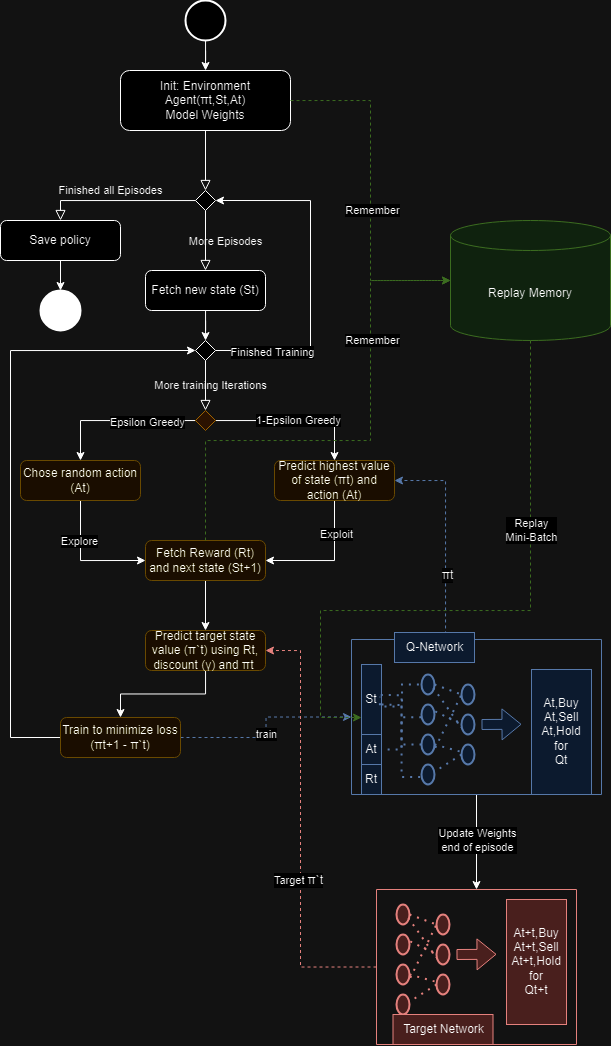
Above: images/Q-net.png in adamd1985/Deep-Q-Learning-Applied-to-Algorithmic-Trading (draw.io), before the change. Source tidied: cells renumbered, new cells last; positions are measured from the earlier drawing's top-left corner, leaving out a move shared by most shapes.
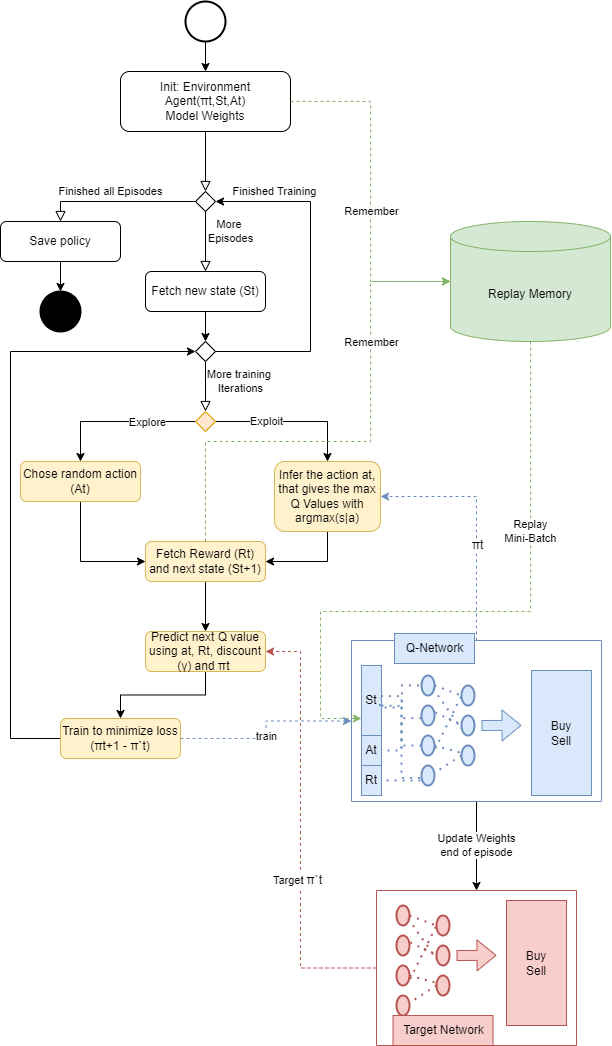
After the commit.

What changed in the source:
```diff
@@ -8,8 +8,8 @@
     <mxCell id="3" value="&lt;span style=&quot;background-color: initial;&quot;&gt;Init: Environment&lt;/span&gt;&lt;br&gt;&lt;span style=&quot;background-color: initial;&quot;&gt;Agent(πt,St,At)&lt;/span&gt;&lt;br&gt;&lt;span style=&quot;background-color: initial;&quot;&gt;Model Weights&lt;/span&gt;" style="rounded=1;whiteSpace=wrap;html=1;fontSize=12;glass=0;strokeWidth=1;shadow=0;" parent="1" vertex="1">
       <mxGeometry x="120" y="70" width="170" height="60" as="geometry" />
     </mxCell>
-    <mxCell id="4" value="More Episodes" style="rounded=0;html=1;jettySize=auto;fontSize=11;endArrow=block;endFill=0;endSize=8;strokeWidth=1;shadow=0;labelBackgroundColor=none;edgeStyle=orthogonalEdgeStyle;entryX=0.5;entryY=0;entryDx=0;entryDy=0;" parent="1" edge="1" source="6" target="11">
-      <mxGeometry y="20" relative="1" as="geometry" />
+    <mxCell id="4" value="More&amp;nbsp;&lt;div&gt;Episodes&lt;/div&gt;" style="rounded=0;html=1;jettySize=auto;fontSize=11;endArrow=block;endFill=0;endSize=8;strokeWidth=1;shadow=0;labelBackgroundColor=none;edgeStyle=orthogonalEdgeStyle;entryX=0.5;entryY=0;entryDx=0;entryDy=0;" parent="1" edge="1" source="6" target="11">
+      <mxGeometry x="-0.33" y="25" relative="1" as="geometry" />
     </mxCell>
     <mxCell id="5" value="Finished all Episodes" style="edgeStyle=orthogonalEdgeStyle;rounded=0;html=1;jettySize=auto;fontSize=11;endArrow=block;endFill=0;endSize=8;strokeWidth=1;shadow=0;labelBackgroundColor=none;entryX=0.5;entryY=0;entryDx=0;entryDy=0;" parent="1" edge="1" source="6" target="8">
       <mxGeometry x="0.1" y="-10" relative="1" as="geometry">
@@ -27,8 +27,8 @@
     <mxCell id="8" value="Save policy" style="rounded=1;whiteSpace=wrap;html=1;fontSize=12;glass=0;strokeWidth=1;shadow=0;" parent="1" vertex="1">
       <mxGeometry y="220" width="120" height="40" as="geometry" />
     </mxCell>
-    <mxCell id="9" value="More training Iterations" style="rounded=0;html=1;jettySize=auto;fontSize=11;endArrow=block;endFill=0;endSize=8;strokeWidth=1;shadow=0;labelBackgroundColor=none;edgeStyle=orthogonalEdgeStyle;exitX=0.5;exitY=1;exitDx=0;exitDy=0;entryX=0.5;entryY=0;entryDx=0;entryDy=0;" parent="1" edge="1" source="16" target="21">
-      <mxGeometry y="5" relative="1" as="geometry" />
+    <mxCell id="9" value="More training&amp;nbsp;&lt;div&gt;Iterations&lt;/div&gt;" style="rounded=0;html=1;jettySize=auto;fontSize=11;endArrow=block;endFill=0;endSize=8;strokeWidth=1;shadow=0;labelBackgroundColor=none;edgeStyle=orthogonalEdgeStyle;exitX=0.5;exitY=1;exitDx=0;exitDy=0;entryX=0.5;entryY=0;entryDx=0;entryDy=0;" parent="1" edge="1" source="16" target="21">
+      <mxGeometry x="-0.2" y="35" relative="1" as="geometry" />
     </mxCell>
     <mxCell id="10" style="edgeStyle=orthogonalEdgeStyle;rounded=0;jettySize=auto;html=1;" parent="1" edge="1" source="11" target="16">
       <mxGeometry relative="1" as="geometry" />
@@ -51,7 +51,9 @@
       </mxGeometry>
     </mxCell>
     <mxCell id="15" value="Finished Training" style="edgeLabel;html=1;align=center;verticalAlign=middle;" parent="14" vertex="1">
-      <mxGeometry x="-0.67" y="-1" relative="1" as="geometry" />
+      <mxGeometry x="-0.67" y="-1" relative="1" as="geometry">
+        <mxPoint x="2" y="-161" as="offset" />
+      </mxGeometry>
     </mxCell>
     <mxCell id="16" style="rhombus;whiteSpace=wrap;html=1;shadow=0;fontFamily=Helvetica;fontSize=12;align=center;strokeWidth=1;spacing=6;spacingTop=-4;" parent="1" vertex="1">
       <mxGeometry x="195" y="340" width="20" height="20" as="geometry" />
@@ -59,33 +61,29 @@
     <mxCell id="17" style="edgeStyle=orthogonalEdgeStyle;rounded=0;jettySize=auto;html=1;" parent="1" edge="1" source="21" target="27">
       <mxGeometry relative="1" as="geometry" />
     </mxCell>
-    <mxCell id="18" value="Epsilon Greedy" style="edgeLabel;html=1;align=center;verticalAlign=middle;" parent="17" vertex="1">
+    <mxCell id="18" value="Explore" style="edgeLabel;html=1;align=center;verticalAlign=middle;" parent="17" vertex="1">
       <mxGeometry x="-0.38" y="1" relative="1" as="geometry" />
     </mxCell>
     <mxCell id="19" style="edgeStyle=orthogonalEdgeStyle;rounded=0;jettySize=auto;html=1;" parent="1" edge="1" source="21" target="24">
       <mxGeometry relative="1" as="geometry" />
     </mxCell>
-    <mxCell id="20" value="1-Epsilon Greedy" style="edgeLabel;html=1;align=center;verticalAlign=middle;" parent="19" vertex="1">
-      <mxGeometry x="0.03" y="1" relative="1" as="geometry" />
-    </mxCell>
+    <mxCell id="23" value="Exploit" style="edgeLabel;html=1;align=center;verticalAlign=middle;" parent="19" vertex="1">
+      <mxGeometry x="-0.29" y="1" relative="1" as="geometry">
+        <mxPoint x="-4" y="1" as="offset" />
+      </mxGeometry>
+    </mxCell>
     <mxCell id="21" style="rhombus;whiteSpace=wrap;html=1;shadow=0;fontFamily=Helvetica;fontSize=12;align=center;strokeWidth=1;spacing=6;spacingTop=-4;fillColor=#ffe6cc;strokeColor=#d79b00;" parent="1" vertex="1">
       <mxGeometry x="195" y="410" width="20" height="20" as="geometry" />
     </mxCell>
     <mxCell id="22" style="edgeStyle=orthogonalEdgeStyle;rounded=0;jettySize=auto;html=1;entryX=1;entryY=0.5;entryDx=0;entryDy=0;exitX=0.5;exitY=1;exitDx=0;exitDy=0;" parent="1" edge="1" source="24" target="29">
       <mxGeometry relative="1" as="geometry" />
     </mxCell>
-    <mxCell id="23" value="Exploit" style="edgeLabel;html=1;align=center;verticalAlign=middle;" parent="22" vertex="1">
-      <mxGeometry x="-0.49" y="1" relative="1" as="geometry" />
-    </mxCell>
-    <mxCell id="24" value="Predict highest value of state (πt) and action (At)" style="rounded=1;whiteSpace=wrap;html=1;fontSize=12;glass=0;strokeWidth=1;shadow=0;fillColor=#fff2cc;strokeColor=#d6b656;" parent="1" vertex="1">
-      <mxGeometry x="274" y="460" width="120" height="40" as="geometry" />
+    <mxCell id="24" value="Infer the action at, that gives the max Q Values with argmax(s|a)" style="rounded=1;whiteSpace=wrap;html=1;fontSize=12;glass=0;strokeWidth=1;shadow=0;fillColor=#fff2cc;strokeColor=#d6b656;" parent="1" vertex="1">
+      <mxGeometry x="274" y="460" width="106" height="70" as="geometry" />
     </mxCell>
     <mxCell id="25" style="edgeStyle=orthogonalEdgeStyle;rounded=0;jettySize=auto;html=1;entryX=0;entryY=0.5;entryDx=0;entryDy=0;exitX=0.5;exitY=1;exitDx=0;exitDy=0;" parent="1" edge="1" source="27" target="29">
       <mxGeometry relative="1" as="geometry" />
     </mxCell>
-    <mxCell id="26" value="Explore" style="edgeLabel;html=1;align=center;verticalAlign=middle;" parent="25" vertex="1">
-      <mxGeometry x="-0.37" y="-2" relative="1" as="geometry" />
-    </mxCell>
     <mxCell id="27" value="Chose random action (At)" style="rounded=1;whiteSpace=wrap;html=1;fontSize=12;glass=0;strokeWidth=1;shadow=0;fillColor=#fff2cc;strokeColor=#d6b656;" parent="1" vertex="1">
       <mxGeometry x="20" y="460" width="120" height="40" as="geometry" />
     </mxCell>
@@ -101,14 +99,14 @@
     <mxCell id="31" style="edgeStyle=orthogonalEdgeStyle;rounded=0;jettySize=auto;html=1;exitX=0.5;exitY=0;exitDx=0;exitDy=0;entryX=1;entryY=0.5;entryDx=0;entryDy=0;dashed=1;fillColor=#dae8fc;strokeColor=#6c8ebf;" parent="1" edge="1" source="60" target="24">
       <mxGeometry relative="1" as="geometry">
         <Array as="points">
-          <mxPoint x="445" y="480" />
+          <mxPoint x="476" y="495" />
         </Array>
       </mxGeometry>
     </mxCell>
     <mxCell id="32" value="&lt;span style=&quot;font-size: 12px; text-wrap: wrap; background-color: rgb(251, 251, 251);&quot;&gt;πt&lt;/span&gt;" style="edgeLabel;html=1;align=center;verticalAlign=middle;" parent="31" vertex="1">
       <mxGeometry x="-0.2" y="-1" relative="1" as="geometry" />
     </mxCell>
-    <mxCell id="33" value="Predict target state value (π`t) using Rt, discount (γ) and πt&amp;nbsp;" style="rounded=1;whiteSpace=wrap;html=1;fontSize=12;glass=0;strokeWidth=1;shadow=0;fillColor=#fff2cc;strokeColor=#d6b656;" parent="1" vertex="1">
+    <mxCell id="33" value="Predict next Q value using at, Rt, discount (γ) and πt&amp;nbsp;" style="rounded=1;whiteSpace=wrap;html=1;fontSize=12;glass=0;strokeWidth=1;shadow=0;fillColor=#fff2cc;strokeColor=#d6b656;" parent="1" vertex="1">
       <mxGeometry x="145" y="630" width="120" height="40" as="geometry" />
     </mxCell>
     <mxCell id="34" style="edgeStyle=orthogonalEdgeStyle;rounded=0;jettySize=auto;html=1;entryX=0;entryY=0.5;entryDx=0;entryDy=0;exitX=0;exitY=0.5;exitDx=0;exitDy=0;" parent="1" edge="1" source="37" target="16">
@@ -193,7 +191,7 @@
     <mxCell id="55" style="endArrow=none;dashed=1;html=1;dashPattern=1 3;strokeWidth=2;rounded=0;entryX=-0.017;entryY=0.644;entryDx=0;entryDy=0;entryPerimeter=0;exitX=0.906;exitY=0.667;exitDx=0;exitDy=0;exitPerimeter=0;fillColor=#dae8fc;strokeColor=#6c8ebf;" parent="1" edge="1" source="38" target="42">
       <mxGeometry relative="1" as="geometry" />
     </mxCell>
-    <mxCell id="56" value="At,Buy&lt;br&gt;At,Sell&lt;br&gt;At,Hold&lt;br&gt;for&lt;br&gt;Qt" style="rounded=0;whiteSpace=wrap;html=1;fillColor=#dae8fc;strokeColor=#6c8ebf;" parent="1" vertex="1">
+    <mxCell id="56" value="Buy&lt;br&gt;Sell" style="rounded=0;whiteSpace=wrap;html=1;fillColor=#dae8fc;strokeColor=#6c8ebf;" parent="1" vertex="1">
       <mxGeometry x="531" y="669" width="60" height="125" as="geometry" />
     </mxCell>
     <mxCell id="57" style="shape=flexArrow;endArrow=classic;html=1;rounded=0;fillColor=#dae8fc;strokeColor=#6c8ebf;" parent="1" edge="1">
@@ -209,7 +207,7 @@
       <mxGeometry x="-0.03" relative="1" as="geometry" />
     </mxCell>
     <mxCell id="60" style="swimlane;startSize=0;fillColor=#dae8fc;strokeColor=#6c8ebf;" parent="1" vertex="1">
-      <mxGeometry x="351" y="639" width="250" height="155" as="geometry" />
+      <mxGeometry x="351" y="639" width="250" height="161" as="geometry" />
     </mxCell>
     <mxCell id="61" value="At" style="rounded=0;whiteSpace=wrap;html=1;fillColor=#dae8fc;strokeColor=#6c8ebf;" parent="60" vertex="1">
       <mxGeometry x="10" y="95" width="20" height="30" as="geometry" />
@@ -284,7 +282,7 @@
     <mxCell id="81" style="endArrow=none;dashed=1;html=1;dashPattern=1 3;strokeWidth=2;rounded=0;entryX=-0.017;entryY=0.644;entryDx=0;entryDy=0;entryPerimeter=0;exitX=0.906;exitY=0.667;exitDx=0;exitDy=0;exitPerimeter=0;fillColor=#f8cecc;strokeColor=#b85450;" parent="1" edge="1" source="69" target="73">
       <mxGeometry relative="1" as="geometry" />
     </mxCell>
-    <mxCell id="82" value="At+t,Buy&lt;br&gt;At+t,Sell&lt;br&gt;At+t,Hold&lt;br&gt;for&lt;br&gt;Qt+t" style="rounded=0;whiteSpace=wrap;html=1;fillColor=#f8cecc;strokeColor=#b85450;" parent="1" vertex="1">
+    <mxCell id="82" value="Buy&lt;br&gt;Sell" style="rounded=0;whiteSpace=wrap;html=1;fillColor=#f8cecc;strokeColor=#b85450;" parent="1" vertex="1">
       <mxGeometry x="506" y="899" width="60" height="125" as="geometry" />
     </mxCell>
     <mxCell id="83" style="shape=flexArrow;endArrow=classic;html=1;rounded=0;fillColor=#f8cecc;strokeColor=#b85450;" parent="1" edge="1">
@@ -327,5 +325,10 @@
     <mxCell id="90" style="strokeWidth=2;html=1;shape=mxgraph.flowchart.start_1;whiteSpace=wrap;fillColor=#000000;" parent="1" vertex="1">
       <mxGeometry x="40" y="290" width="40" height="40" as="geometry" />
     </mxCell>
+    <mxCell id="91" style="endArrow=none;dashed=1;html=1;dashPattern=1 3;strokeWidth=2;rounded=0;entryX=1;entryY=0.5;entryDx=0;entryDy=0;fillColor=#dae8fc;strokeColor=#6c8ebf;" parent="1" edge="1" target="62">
+      <mxGeometry relative="1" as="geometry">
+        <mxPoint x="420" y="779" as="sourcePoint" />
+      </mxGeometry>
+    </mxCell>
   </root>
 </mxGraphModel>
```
